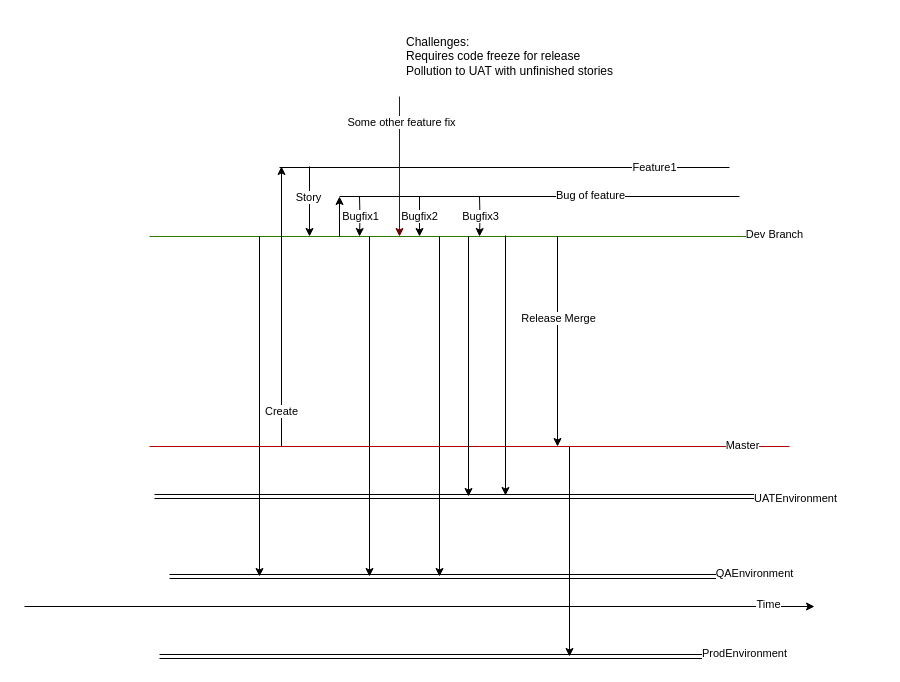
The draw.io diagram Current_Feature.drawio in sshevchenko777/POC, before the edit. Source tidied: cells renumbered, new cells numbered last; positions are measured from the earlier drawing's top-left corner, leaving out a move shared by most shapes. Both pictures are drawn from the tidied source at 100%, with x=0, y=0 at pixel (24, 26).
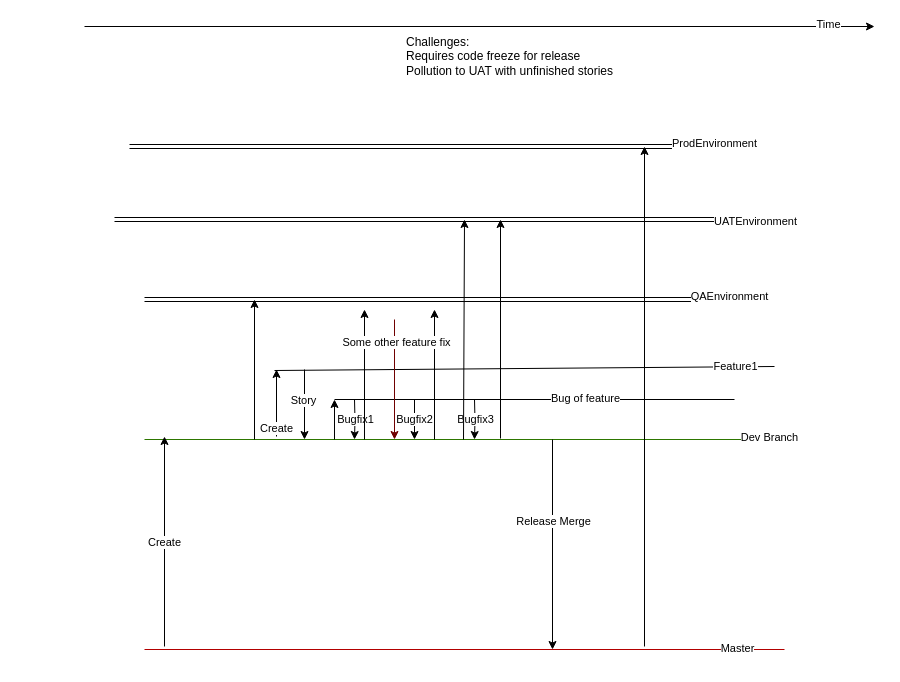
After the change.

Change to the diagram source:
```diff
@@
     <mxCell id="2" style="endArrow=none;html=1;rounded=0;fillColor=#60a917;strokeColor=#2D7600;" parent="1" edge="1">
       <mxGeometry relative="1" as="geometry">
-        <mxPoint x="125" y="210" as="sourcePoint" />
-        <mxPoint x="765" y="210" as="targetPoint" />
+        <mxPoint x="120" y="413" as="sourcePoint" />
+        <mxPoint x="760" y="413" as="targetPoint" />
       </mxGeometry>
     </mxCell>
@@
     <mxCell id="4" style="endArrow=none;html=1;rounded=0;fillColor=#e51400;strokeColor=#B20000;" parent="1" edge="1">
       <mxGeometry relative="1" as="geometry">
-        <mxPoint x="125" y="420" as="sourcePoint" />
-        <mxPoint x="765" y="420" as="targetPoint" />
+        <mxPoint x="120" y="623" as="sourcePoint" />
+        <mxPoint x="760" y="623" as="targetPoint" />
       </mxGeometry>
     </mxCell>
@@
     <mxCell id="6" style="edgeStyle=orthogonalEdgeStyle;rounded=0;orthogonalLoop=1;jettySize=auto;html=1;" parent="1" edge="1">
       <mxGeometry relative="1" as="geometry">
-        <mxPoint x="285" y="140" as="sourcePoint" />
-        <mxPoint x="285" y="210" as="targetPoint" />
+        <mxPoint x="280" y="343" as="sourcePoint" />
+        <mxPoint x="280" y="413" as="targetPoint" />
       </mxGeometry>
     </mxCell>
@@
     <mxCell id="8" style="edgeStyle=orthogonalEdgeStyle;rounded=0;orthogonalLoop=1;jettySize=auto;html=1;" parent="1" edge="1">
       <mxGeometry relative="1" as="geometry">
-        <mxPoint x="335" y="170" as="sourcePoint" />
-        <mxPoint x="335" y="210" as="targetPoint" />
+        <mxPoint x="330" y="373" as="sourcePoint" />
+        <mxPoint x="330" y="413" as="targetPoint" />
       </mxGeometry>
     </mxCell>
@@
     <mxCell id="10" style="edgeStyle=orthogonalEdgeStyle;rounded=0;orthogonalLoop=1;jettySize=auto;html=1;" parent="1" edge="1">
       <mxGeometry relative="1" as="geometry">
-        <mxPoint x="455" y="170" as="sourcePoint" />
-        <mxPoint x="455" y="210" as="targetPoint" />
+        <mxPoint x="450" y="373" as="sourcePoint" />
+        <mxPoint x="450" y="413" as="targetPoint" />
       </mxGeometry>
     </mxCell>
@@
     <mxCell id="12" style="endArrow=classic;html=1;rounded=0;" parent="1" edge="1">
       <mxGeometry relative="1" as="geometry">
-        <mxPoint y="580" as="sourcePoint" />
-        <mxPoint x="790" y="580" as="targetPoint" />
+        <mxPoint x="60" as="sourcePoint" />
+        <mxPoint x="850" as="targetPoint" />
       </mxGeometry>
     </mxCell>
@@
     <mxCell id="14" style="endArrow=none;html=1;rounded=0;" parent="1" edge="1">
       <mxGeometry relative="1" as="geometry">
-        <mxPoint x="255" y="141" as="sourcePoint" />
-        <mxPoint x="705" y="141" as="targetPoint" />
+        <mxPoint x="250" y="344" as="sourcePoint" />
+        <mxPoint x="750" y="340" as="targetPoint" />
       </mxGeometry>
     </mxCell>
     <mxCell id="15" value="Feature1" style="edgeLabel;html=1;align=center;verticalAlign=middle;" parent="14" vertex="1">
-      <mxGeometry x="0.66" y="1" relative="1" as="geometry" />
+      <mxGeometry x="0.66" y="1" relative="1" as="geometry">
+        <mxPoint x="46" as="offset" />
+      </mxGeometry>
     </mxCell>
     <mxCell id="16" style="endArrow=classic;html=1;rounded=0;" parent="1" edge="1">
       <mxGeometry relative="1" as="geometry">
-        <mxPoint x="257" y="420" as="sourcePoint" />
-        <mxPoint x="257" y="140" as="targetPoint" />
+        <mxPoint x="252" y="410" as="sourcePoint" />
+        <mxPoint x="252" y="343" as="targetPoint" />
       </mxGeometry>
     </mxCell>
@@
     <mxCell id="18" style="endArrow=classic;html=1;rounded=0;" parent="1" edge="1">
       <mxGeometry relative="1" as="geometry">
-        <mxPoint x="395" y="170" as="sourcePoint" />
-        <mxPoint x="395" y="210" as="targetPoint" />
+        <mxPoint x="390" y="373" as="sourcePoint" />
+        <mxPoint x="390" y="413" as="targetPoint" />
       </mxGeometry>
     </mxCell>
@@
     <mxCell id="20" style="shape=link;html=1;rounded=0;" parent="1" edge="1">
       <mxGeometry relative="1" as="geometry">
-        <mxPoint x="145" y="550" as="sourcePoint" />
-        <mxPoint x="755" y="550" as="targetPoint" />
+        <mxPoint x="120" y="273" as="sourcePoint" />
+        <mxPoint x="730" y="273" as="targetPoint" />
       </mxGeometry>
     </mxCell>
@@
     <mxCell id="22" style="endArrow=classic;html=1;rounded=0;" parent="1" edge="1">
       <mxGeometry relative="1" as="geometry">
-        <mxPoint x="235" y="210" as="sourcePoint" />
-        <mxPoint x="235" y="550" as="targetPoint" />
+        <mxPoint x="230" y="413" as="sourcePoint" />
+        <mxPoint x="230" y="273" as="targetPoint" />
       </mxGeometry>
     </mxCell>
     <mxCell id="23" style="endArrow=classic;html=1;rounded=0;" parent="1" edge="1">
       <mxGeometry relative="1" as="geometry">
-        <mxPoint x="345" y="210" as="sourcePoint" />
-        <mxPoint x="345" y="550" as="targetPoint" />
+        <mxPoint x="340" y="413" as="sourcePoint" />
+        <mxPoint x="340" y="283" as="targetPoint" />
       </mxGeometry>
     </mxCell>
     <mxCell id="24" style="shape=link;html=1;rounded=0;" parent="1" edge="1">
       <mxGeometry relative="1" as="geometry">
-        <mxPoint x="130" y="470" as="sourcePoint" />
-        <mxPoint x="800" y="470" as="targetPoint" />
+        <mxPoint x="90" y="193" as="sourcePoint" />
+        <mxPoint x="760" y="193" as="targetPoint" />
       </mxGeometry>
     </mxCell>
@@
     <mxCell id="26" style="endArrow=classic;html=1;rounded=0;" parent="1" edge="1">
       <mxGeometry relative="1" as="geometry">
-        <mxPoint x="415" y="210" as="sourcePoint" />
-        <mxPoint x="415" y="550" as="targetPoint" />
+        <mxPoint x="410" y="413" as="sourcePoint" />
+        <mxPoint x="410" y="283" as="targetPoint" />
       </mxGeometry>
     </mxCell>
     <mxCell id="27" style="endArrow=classic;html=1;rounded=0;" parent="1" edge="1">
       <mxGeometry relative="1" as="geometry">
-        <mxPoint x="533" y="210" as="sourcePoint" />
-        <mxPoint x="533" y="420" as="targetPoint" />
+        <mxPoint x="528" y="413" as="sourcePoint" />
+        <mxPoint x="528" y="623" as="targetPoint" />
       </mxGeometry>
     </mxCell>
@@
     <mxCell id="29" style="endArrow=classic;html=1;rounded=0;" parent="1" edge="1">
       <mxGeometry relative="1" as="geometry">
-        <mxPoint x="444" y="210" as="sourcePoint" />
-        <mxPoint x="444" y="470" as="targetPoint" />
+        <mxPoint x="439" y="413" as="sourcePoint" />
+        <mxPoint x="440" y="193" as="targetPoint" />
       </mxGeometry>
     </mxCell>
     <mxCell id="30" style="shape=link;html=1;rounded=0;" parent="1" edge="1">
       <mxGeometry relative="1" as="geometry">
-        <mxPoint x="135" y="630" as="sourcePoint" />
-        <mxPoint x="745" y="630" as="targetPoint" />
+        <mxPoint x="105" y="120" as="sourcePoint" />
+        <mxPoint x="715" y="120" as="targetPoint" />
       </mxGeometry>
     </mxCell>
@@
     <mxCell id="32" style="endArrow=classic;html=1;rounded=0;" parent="1" edge="1">
       <mxGeometry relative="1" as="geometry">
-        <mxPoint x="545" y="420" as="sourcePoint" />
-        <mxPoint x="545" y="630" as="targetPoint" />
+        <mxPoint x="620" y="620" as="sourcePoint" />
+        <mxPoint x="620" y="120" as="targetPoint" />
       </mxGeometry>
     </mxCell>
     <mxCell id="33" style="endArrow=none;html=1;rounded=0;" parent="1" edge="1">
       <mxGeometry relative="1" as="geometry">
-        <mxPoint x="315" y="170" as="sourcePoint" />
-        <mxPoint x="715" y="170" as="targetPoint" />
+        <mxPoint x="310" y="373" as="sourcePoint" />
+        <mxPoint x="710" y="373" as="targetPoint" />
       </mxGeometry>
     </mxCell>
@@
     <mxCell id="35" style="endArrow=classic;html=1;rounded=0;" parent="1" edge="1">
       <mxGeometry relative="1" as="geometry">
-        <mxPoint x="315" y="210" as="sourcePoint" />
-        <mxPoint x="315" y="170" as="targetPoint" />
+        <mxPoint x="310" y="413" as="sourcePoint" />
+        <mxPoint x="310" y="373" as="targetPoint" />
       </mxGeometry>
     </mxCell>
     <mxCell id="36" style="endArrow=classic;html=1;rounded=0;fillColor=#a20025;strokeColor=#6F0000;" parent="1" edge="1">
       <mxGeometry relative="1" as="geometry">
-        <mxPoint x="375" y="70" as="sourcePoint" />
-        <mxPoint x="375" y="210" as="targetPoint" />
+        <mxPoint x="370" y="293" as="sourcePoint" />
+        <mxPoint x="370" y="413" as="targetPoint" />
       </mxGeometry>
     </mxCell>
@@
     <mxCell id="38" style="endArrow=classic;html=1;rounded=0;" parent="1" edge="1">
       <mxGeometry relative="1" as="geometry">
-        <mxPoint x="481" y="209" as="sourcePoint" />
-        <mxPoint x="481" y="469" as="targetPoint" />
+        <mxPoint x="476" y="412" as="sourcePoint" />
+        <mxPoint x="476" y="193" as="targetPoint" />
       </mxGeometry>
     </mxCell>
@@
+    <mxCell id="40" style="endArrow=classic;html=1;rounded=0;" parent="1" edge="1">
+      <mxGeometry relative="1" as="geometry">
+        <mxPoint x="140" y="620" as="sourcePoint" />
+        <mxPoint x="140" y="410" as="targetPoint" />
+      </mxGeometry>
+    </mxCell>
+    <mxCell id="41" value="Create" style="edgeLabel;html=1;align=center;verticalAlign=middle;" parent="40" vertex="1">
+      <mxGeometry y="1" relative="1" as="geometry" />
+    </mxCell>
```
